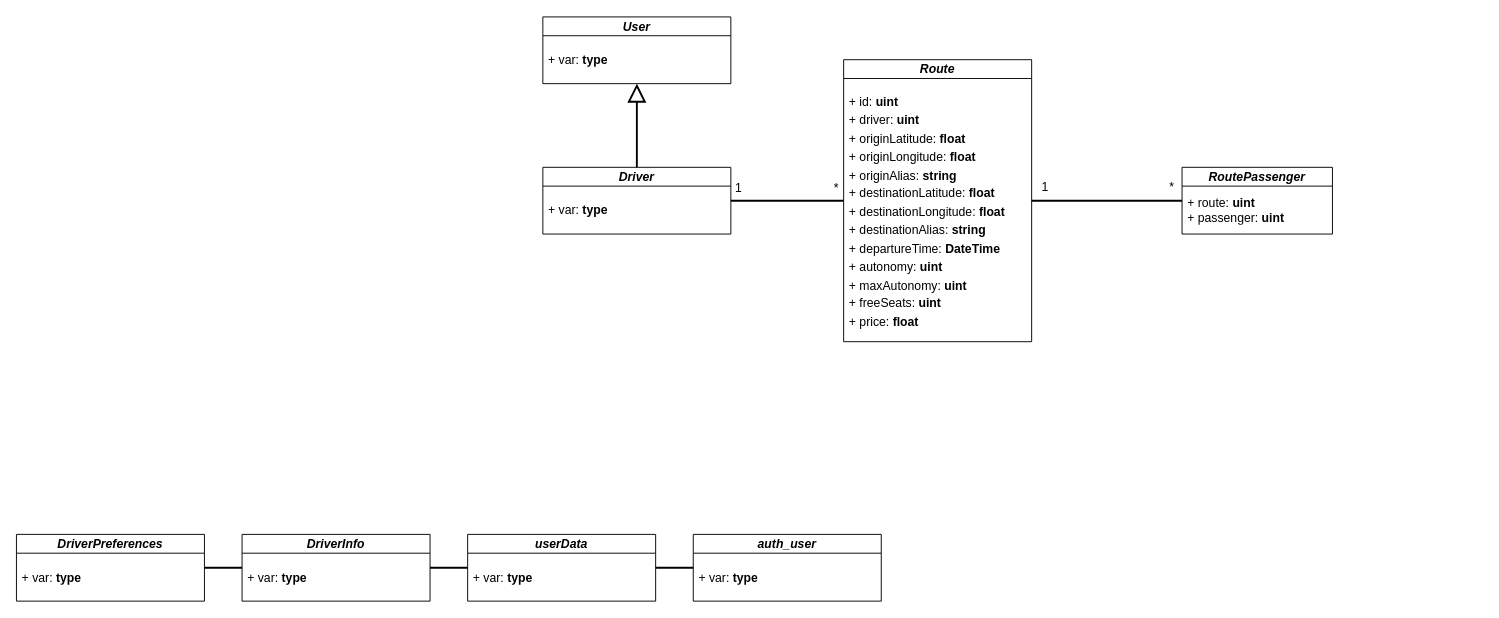
pes2324q2-gei-upc/PowerPathFinder keeps this draw.io diagram as page "Implementation" (2 of 2) of ModelConceptual.drawio. Above is the earlier version. Source tidied: cells renumbered, new cells numbered last; positions are measured from the earlier drawing's top-left corner, leaving out a move shared by most shapes. Both pictures are drawn from the tidied source at 94%, with x=0, y=0 at pixel (16, 17).
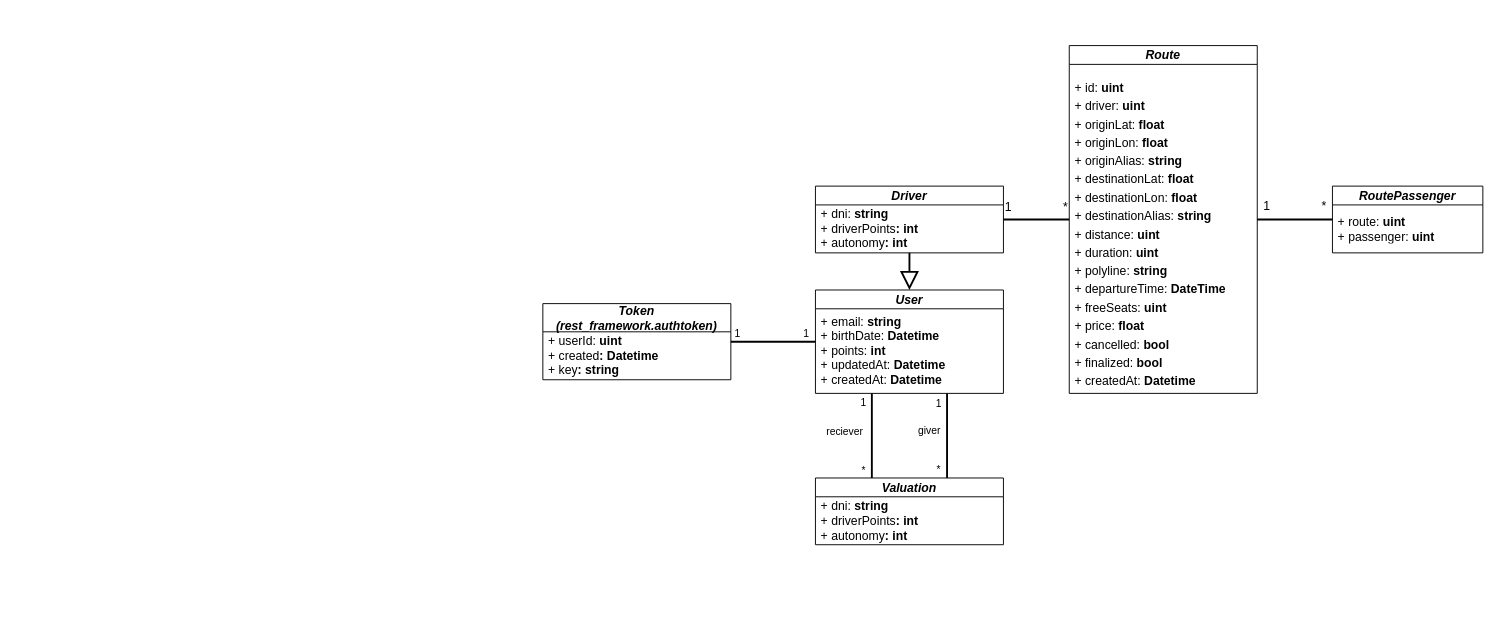
Above is the later version.

Unchanged cells that the change refers to:
```xml
<mxCell id="6" style="rounded=0;jettySize=auto;html=1;strokeWidth=2;endArrow=none;endFill=0;fontFamily=Ubuntu;fontSize=13;" parent="1" edge="1" source="2" target="4">
  <mxGeometry relative="1" as="geometry" />
</mxCell>
```

Change to the diagram source:
```diff
@@
     <mxCell id="2" value="&lt;i style=&quot;font-size: 13px;&quot;&gt;Route&lt;/i&gt;" style="swimlane;fontStyle=1;align=center;verticalAlign=middle;horizontal=1;startSize=20;whiteSpace=wrap;fontFamily=Ubuntu;fontSize=13;html=1;spacing=0;spacingTop=0;" parent="1" vertex="1">
-      <mxGeometry x="880" y="45" width="200" height="300" as="geometry" />
+      <mxGeometry x="1120" y="30" width="200" height="370" as="geometry" />
     </mxCell>
-    <mxCell id="3" value="&lt;p style=&quot;line-height: 150%; font-size: 13px;&quot;&gt;&lt;font style=&quot;font-size: 13px;&quot;&gt;+ id: &lt;b style=&quot;font-size: 13px;&quot;&gt;uint&lt;/b&gt;&lt;br style=&quot;font-size: 13px;&quot;&gt;+ driver: &lt;b style=&quot;font-size: 13px;&quot;&gt;uint&lt;/b&gt;&lt;br style=&quot;font-size: 13px;&quot;&gt;+ originLatitude: &lt;b style=&quot;font-size: 13px;&quot;&gt;float&lt;/b&gt;&lt;br style=&quot;font-size: 13px;&quot;&gt;+ originLongitude: &lt;b style=&quot;font-size: 13px;&quot;&gt;float&lt;/b&gt;&lt;br style=&quot;font-size: 13px;&quot;&gt;+ originAlias: &lt;b style=&quot;font-size: 13px;&quot;&gt;string&lt;/b&gt;&lt;br style=&quot;font-size: 13px;&quot;&gt;+ destinationLatitude: &lt;b style=&quot;font-size: 13px;&quot;&gt;float&lt;/b&gt;&lt;br style=&quot;font-size: 13px;&quot;&gt;+ destinationLongitude: &lt;b style=&quot;font-size: 13px;&quot;&gt;float&lt;/b&gt;&lt;br style=&quot;font-size: 13px;&quot;&gt;+ destinationAlias: &lt;b style=&quot;font-size: 13px;&quot;&gt;string&lt;/b&gt;&lt;br style=&quot;font-size: 13px;&quot;&gt;+ departureTime: &lt;b style=&quot;font-size: 13px;&quot;&gt;DateTime&lt;/b&gt;&lt;br style=&quot;font-size: 13px;&quot;&gt;+ autonomy: &lt;b style=&quot;font-size: 13px;&quot;&gt;uint&lt;/b&gt;&lt;br style=&quot;font-size: 13px;&quot;&gt;+ maxAutonomy: &lt;b style=&quot;font-size: 13px;&quot;&gt;uint&lt;/b&gt;&lt;br style=&quot;font-size: 13px;&quot;&gt;+ freeSeats: &lt;b style=&quot;font-size: 13px;&quot;&gt;uint&lt;/b&gt;&lt;br style=&quot;font-size: 13px;&quot;&gt;+ price: &lt;b style=&quot;font-size: 13px;&quot;&gt;float&lt;/b&gt;&lt;/font&gt;&lt;/p&gt;" style="text;html=1;strokeColor=none;fillColor=none;align=left;verticalAlign=middle;spacingLeft=4;spacingRight=4;overflow=hidden;whiteSpace=wrap;fontFamily=Ubuntu;fontSize=13;fontStyle=0;spacing=2;labelPosition=center;verticalLabelPosition=middle;" parent="2" vertex="1">
-      <mxGeometry y="20" width="200" height="280" as="geometry" />
+    <mxCell id="3" value="&lt;p style=&quot;line-height: 150%; font-size: 13px;&quot;&gt;&lt;font style=&quot;font-size: 13px;&quot;&gt;+ id: &lt;b style=&quot;font-size: 13px;&quot;&gt;uint&lt;/b&gt;&lt;br style=&quot;font-size: 13px;&quot;&gt;+ driver: &lt;b style=&quot;font-size: 13px;&quot;&gt;uint&lt;/b&gt;&lt;br style=&quot;font-size: 13px;&quot;&gt;+ originLat: &lt;b style=&quot;font-size: 13px;&quot;&gt;float&lt;/b&gt;&lt;br style=&quot;font-size: 13px;&quot;&gt;+ originLon: &lt;b style=&quot;font-size: 13px;&quot;&gt;float&lt;/b&gt;&lt;br style=&quot;font-size: 13px;&quot;&gt;+ originAlias: &lt;b style=&quot;font-size: 13px;&quot;&gt;string&lt;/b&gt;&lt;br style=&quot;font-size: 13px;&quot;&gt;+ destinationLat: &lt;b style=&quot;font-size: 13px;&quot;&gt;float&lt;/b&gt;&lt;br style=&quot;font-size: 13px;&quot;&gt;+ destinationLon: &lt;b style=&quot;font-size: 13px;&quot;&gt;float&lt;/b&gt;&lt;br style=&quot;font-size: 13px;&quot;&gt;+ destinationAlias: &lt;b style=&quot;font-size: 13px;&quot;&gt;string&lt;/b&gt;&lt;br style=&quot;font-size: 13px;&quot;&gt;+ distance: &lt;b&gt;uint&lt;/b&gt;&lt;br&gt;+ duration: &lt;b&gt;uint&lt;/b&gt;&lt;br&gt;+ polyline: &lt;b&gt;string&lt;/b&gt;&lt;br&gt;+ departureTime: &lt;span style=&quot;font-size: 13px;&quot;&gt;&lt;b&gt;DateTime&lt;br&gt;&lt;/b&gt;&lt;/span&gt;&lt;/font&gt;&lt;span style=&quot;background-color: initial;&quot;&gt;+ freeSeats: &lt;/span&gt;&lt;span style=&quot;background-color: initial;&quot;&gt;&lt;b&gt;uint&lt;br&gt;&lt;/b&gt;&lt;/span&gt;&lt;span style=&quot;background-color: initial;&quot;&gt;+ price: &lt;/span&gt;&lt;span style=&quot;background-color: initial;&quot;&gt;&lt;b&gt;float&lt;/b&gt;&lt;br&gt;+ cancelled: &lt;b&gt;bool&lt;/b&gt;&lt;br&gt;+ finalized: &lt;b&gt;bool&lt;/b&gt;&lt;br&gt;+ createdAt: &lt;b&gt;Datetime&lt;/b&gt;&lt;/span&gt;&lt;/p&gt;" style="text;html=1;strokeColor=none;fillColor=none;align=left;verticalAlign=middle;spacingLeft=4;spacingRight=4;overflow=hidden;whiteSpace=wrap;fontFamily=Ubuntu;fontSize=13;fontStyle=0;spacing=2;labelPosition=center;verticalLabelPosition=middle;" parent="2" vertex="1">
+      <mxGeometry y="20" width="200" height="350" as="geometry" />
     </mxCell>
     <mxCell id="4" value="&lt;i style=&quot;font-size: 13px;&quot;&gt;&lt;font style=&quot;font-size: 13px;&quot;&gt;Route&lt;/font&gt;Passenger&lt;/i&gt;" style="swimlane;fontStyle=1;align=center;verticalAlign=middle;horizontal=1;startSize=20;html=1;whiteSpace=wrap;fontFamily=Ubuntu;fontSize=13;" parent="1" vertex="1">
-      <mxGeometry x="1240" y="159.5" width="160" height="71" as="geometry" />
+      <mxGeometry x="1400" y="179.5" width="160" height="71" as="geometry" />
     </mxCell>
@@
     <mxCell id="7" value="*" style="edgeLabel;html=1;align=center;verticalAlign=middle;fontSize=13;fontFamily=Ubuntu;" parent="6" vertex="1">
       <mxGeometry x="0.75" relative="1" as="geometry">
-        <mxPoint x="8" y="-16" as="offset" />
+        <mxPoint y="-16" as="offset" />
       </mxGeometry>
     </mxCell>
@@
     <mxCell id="9" value="&lt;i style=&quot;font-size: 13px;&quot;&gt;Driver&lt;/i&gt;" style="swimlane;fontStyle=1;align=center;verticalAlign=middle;horizontal=1;startSize=20;whiteSpace=wrap;fontFamily=Ubuntu;fontSize=13;html=1;spacing=0;spacingTop=0;" parent="1" vertex="1">
-      <mxGeometry x="560" y="159.5" width="200" height="71" as="geometry" />
+      <mxGeometry x="850" y="179.5" width="200" height="71" as="geometry" />
     </mxCell>
+    <mxCell id="12" value="&lt;font style=&quot;font-size: 13px;&quot;&gt;+ dni: &lt;b&gt;string&lt;/b&gt;&lt;br&gt;&lt;span style=&quot;font-size: 13px;&quot;&gt;+ &lt;/span&gt;&lt;span style=&quot;font-size: 13px;&quot;&gt;driverPoints&lt;/span&gt;&lt;span style=&quot;font-size: 13px;&quot;&gt;&lt;b&gt;: int&lt;/b&gt;&lt;br&gt;+ &lt;/span&gt;&lt;span style=&quot;font-size: 13px;&quot;&gt;autonomy&lt;/span&gt;&lt;b style=&quot;font-size: 13px;&quot;&gt;: int&lt;br style=&quot;font-size: 13px;&quot;&gt;&lt;/b&gt;&lt;/font&gt;" style="text;html=1;strokeColor=none;fillColor=none;align=left;verticalAlign=middle;spacingLeft=4;spacingRight=4;overflow=hidden;whiteSpace=wrap;fontFamily=Ubuntu;fontSize=13;fontStyle=0;" parent="9" vertex="1">
+      <mxGeometry y="20" width="200" height="51" as="geometry" />
+    </mxCell>
+    <mxCell id="11" value="&lt;i style=&quot;font-size: 13px;&quot;&gt;User&lt;/i&gt;" style="swimlane;fontStyle=1;align=center;verticalAlign=middle;horizontal=1;startSize=20;whiteSpace=wrap;fontFamily=Ubuntu;fontSize=13;html=1;spacing=0;spacingTop=0;" parent="1" vertex="1">
+      <mxGeometry x="850" y="290" width="200" height="110" as="geometry" />
+    </mxCell>
-    <mxCell id="10" value="&lt;font style=&quot;font-size: 13px;&quot;&gt;+ var: &lt;b style=&quot;font-size: 13px;&quot;&gt;type&lt;br style=&quot;font-size: 13px;&quot;&gt;&lt;/b&gt;&lt;/font&gt;" style="text;html=1;strokeColor=none;fillColor=none;align=left;verticalAlign=middle;spacingLeft=4;spacingRight=4;overflow=hidden;whiteSpace=wrap;fontFamily=Ubuntu;fontSize=13;fontStyle=0;" parent="9" vertex="1">
-      <mxGeometry y="20" width="200" height="51" as="geometry" />
+    <mxCell id="10" value="&lt;font style=&quot;font-size: 13px;&quot;&gt;+ email: &lt;b&gt;string&lt;br&gt;&lt;/b&gt;&lt;span style=&quot;font-size: 13px;&quot;&gt;+ birthDate: &lt;b&gt;Datetime&lt;/b&gt;&lt;br&gt;+ points: &lt;b&gt;int&lt;br&gt;&lt;/b&gt;+ updatedAt: &lt;b&gt;Datetime&lt;br&gt;&lt;/b&gt;+ createdAt: &lt;b&gt;Datetime&lt;/b&gt;&lt;br style=&quot;font-size: 13px;&quot;&gt;&lt;/span&gt;&lt;/font&gt;" style="text;html=1;strokeColor=none;fillColor=none;align=left;verticalAlign=middle;spacingLeft=4;spacingRight=4;overflow=hidden;whiteSpace=wrap;fontFamily=Ubuntu;fontSize=13;fontStyle=0;" parent="11" vertex="1">
+      <mxGeometry y="20" width="200" height="90" as="geometry" />
     </mxCell>
-    <mxCell id="11" value="&lt;i style=&quot;font-size: 13px;&quot;&gt;User&lt;/i&gt;" style="swimlane;fontStyle=1;align=center;verticalAlign=middle;horizontal=1;startSize=20;whiteSpace=wrap;fontFamily=Ubuntu;fontSize=13;html=1;spacing=0;spacingTop=0;" parent="1" vertex="1">
-      <mxGeometry x="560" y="-0.5" width="200" height="71" as="geometry" />
-    </mxCell>
-    <mxCell id="12" value="&lt;font style=&quot;font-size: 13px;&quot;&gt;+ var: &lt;b style=&quot;font-size: 13px;&quot;&gt;type&lt;br style=&quot;font-size: 13px;&quot;&gt;&lt;/b&gt;&lt;/font&gt;" style="text;html=1;strokeColor=none;fillColor=none;align=left;verticalAlign=middle;spacingLeft=4;spacingRight=4;overflow=hidden;whiteSpace=wrap;fontFamily=Ubuntu;fontSize=13;fontStyle=0;" parent="11" vertex="1">
-      <mxGeometry y="20" width="200" height="51" as="geometry" />
-    </mxCell>
@@
-    <mxCell id="17" value="&lt;i&gt;userData&lt;/i&gt;" style="swimlane;fontStyle=1;align=center;verticalAlign=middle;horizontal=1;startSize=20;whiteSpace=wrap;fontFamily=Ubuntu;fontSize=13;html=1;spacing=0;spacingTop=0;" parent="1" vertex="1">
-      <mxGeometry x="480" y="550" width="200" height="71" as="geometry" />
-    </mxCell>
-    <mxCell id="18" value="&lt;font style=&quot;font-size: 13px;&quot;&gt;+ var: &lt;b style=&quot;font-size: 13px;&quot;&gt;type&lt;br style=&quot;font-size: 13px;&quot;&gt;&lt;/b&gt;&lt;/font&gt;" style="text;html=1;strokeColor=none;fillColor=none;align=left;verticalAlign=middle;spacingLeft=4;spacingRight=4;overflow=hidden;whiteSpace=wrap;fontFamily=Ubuntu;fontSize=13;fontStyle=0;" parent="17" vertex="1">
-      <mxGeometry y="20" width="200" height="51" as="geometry" />
-    </mxCell>
-    <mxCell id="19" value="&lt;i&gt;auth_user&lt;/i&gt;" style="swimlane;fontStyle=1;align=center;verticalAlign=middle;horizontal=1;startSize=20;whiteSpace=wrap;fontFamily=Ubuntu;fontSize=13;html=1;spacing=0;spacingTop=0;" parent="1" vertex="1">
-      <mxGeometry x="720" y="550" width="200" height="71" as="geometry" />
-    </mxCell>
-    <mxCell id="20" value="&lt;font style=&quot;font-size: 13px;&quot;&gt;+ var: &lt;b style=&quot;font-size: 13px;&quot;&gt;type&lt;br style=&quot;font-size: 13px;&quot;&gt;&lt;/b&gt;&lt;/font&gt;" style="text;html=1;strokeColor=none;fillColor=none;align=left;verticalAlign=middle;spacingLeft=4;spacingRight=4;overflow=hidden;whiteSpace=wrap;fontFamily=Ubuntu;fontSize=13;fontStyle=0;" parent="19" vertex="1">
-      <mxGeometry y="20" width="200" height="51" as="geometry" />
-    </mxCell>
-    <mxCell id="21" style="rounded=0;jettySize=auto;html=1;strokeWidth=2;startArrow=none;startFill=0;endArrow=none;endFill=0;fontSize=13;fontFamily=Ubuntu;endSize=10;startSize=15;" parent="1" edge="1" source="19" target="17">
-      <mxGeometry relative="1" as="geometry" />
-    </mxCell>
-    <mxCell id="22" style="edgeStyle=orthogonalEdgeStyle;rounded=0;jettySize=auto;html=1;endArrow=none;endFill=0;strokeWidth=2;" parent="1" edge="1" source="24" target="17">
-      <mxGeometry relative="1" as="geometry" />
-    </mxCell>
-    <mxCell id="23" style="edgeStyle=orthogonalEdgeStyle;rounded=0;jettySize=auto;html=1;endArrow=none;endFill=0;strokeWidth=2;" parent="1" edge="1" source="24" target="26">
-      <mxGeometry relative="1" as="geometry" />
-    </mxCell>
-    <mxCell id="24" value="&lt;i&gt;&lt;span style=&quot;font-size: 13px;&quot;&gt;Driver&lt;/span&gt;Info&lt;/i&gt;" style="swimlane;fontStyle=1;align=center;verticalAlign=middle;horizontal=1;startSize=20;whiteSpace=wrap;fontFamily=Ubuntu;fontSize=13;html=1;spacing=0;spacingTop=0;" parent="1" vertex="1">
-      <mxGeometry x="240" y="550" width="200" height="71" as="geometry" />
-    </mxCell>
-    <mxCell id="25" value="&lt;font style=&quot;font-size: 13px;&quot;&gt;+ var: &lt;b style=&quot;font-size: 13px;&quot;&gt;type&lt;br style=&quot;font-size: 13px;&quot;&gt;&lt;/b&gt;&lt;/font&gt;" style="text;html=1;strokeColor=none;fillColor=none;align=left;verticalAlign=middle;spacingLeft=4;spacingRight=4;overflow=hidden;whiteSpace=wrap;fontFamily=Ubuntu;fontSize=13;fontStyle=0;" parent="24" vertex="1">
-      <mxGeometry y="20" width="200" height="51" as="geometry" />
-    </mxCell>
-    <mxCell id="26" value="&lt;i&gt;DriverPreferences&lt;/i&gt;" style="swimlane;fontStyle=1;align=center;verticalAlign=middle;horizontal=1;startSize=20;whiteSpace=wrap;fontFamily=Ubuntu;fontSize=13;html=1;spacing=0;spacingTop=0;" parent="1" vertex="1">
-      <mxGeometry y="550" width="200" height="71" as="geometry" />
-    </mxCell>
-    <mxCell id="27" value="&lt;font style=&quot;font-size: 13px;&quot;&gt;+ var: &lt;b style=&quot;font-size: 13px;&quot;&gt;type&lt;br style=&quot;font-size: 13px;&quot;&gt;&lt;/b&gt;&lt;/font&gt;" style="text;html=1;strokeColor=none;fillColor=none;align=left;verticalAlign=middle;spacingLeft=4;spacingRight=4;overflow=hidden;whiteSpace=wrap;fontFamily=Ubuntu;fontSize=13;fontStyle=0;" parent="26" vertex="1">
-      <mxGeometry y="20" width="200" height="51" as="geometry" />
-    </mxCell>
+    <mxCell id="28" style="edgeStyle=orthogonalEdgeStyle;html=1;endArrow=none;endFill=0;strokeWidth=2;" parent="1" edge="1" source="32" target="11">
+      <mxGeometry relative="1" as="geometry">
+        <Array as="points">
+          <mxPoint x="990" y="440" />
+          <mxPoint x="990" y="440" />
+        </Array>
+      </mxGeometry>
+    </mxCell>
+    <mxCell id="29" value="giver" style="edgeLabel;html=1;align=center;verticalAlign=middle;" parent="28" vertex="1">
+      <mxGeometry x="0.13" relative="1" as="geometry">
+        <mxPoint x="-20" as="offset" />
+      </mxGeometry>
+    </mxCell>
+    <mxCell id="30" value="*" style="edgeLabel;html=1;align=center;verticalAlign=middle;" parent="28" vertex="1">
+      <mxGeometry x="-0.77" relative="1" as="geometry">
+        <mxPoint x="-10" as="offset" />
+      </mxGeometry>
+    </mxCell>
+    <mxCell id="31" value="1" style="edgeLabel;html=1;align=center;verticalAlign=middle;" parent="28" vertex="1">
+      <mxGeometry x="0.86" relative="1" as="geometry">
+        <mxPoint x="-10" y="4" as="offset" />
+      </mxGeometry>
+    </mxCell>
+    <mxCell id="32" value="&lt;i&gt;Valuation&lt;/i&gt;" style="swimlane;fontStyle=1;align=center;verticalAlign=middle;horizontal=1;startSize=20;whiteSpace=wrap;fontFamily=Ubuntu;fontSize=13;html=1;spacing=0;spacingTop=0;" parent="1" vertex="1">
+      <mxGeometry x="850" y="490" width="200" height="71" as="geometry" />
+    </mxCell>
+    <mxCell id="33" value="&lt;font style=&quot;font-size: 13px;&quot;&gt;+ dni: &lt;b&gt;string&lt;/b&gt;&lt;br&gt;&lt;span style=&quot;font-size: 13px;&quot;&gt;+ &lt;/span&gt;&lt;span style=&quot;font-size: 13px;&quot;&gt;driverPoints&lt;/span&gt;&lt;span style=&quot;font-size: 13px;&quot;&gt;&lt;b&gt;: int&lt;/b&gt;&lt;br&gt;+ &lt;/span&gt;&lt;span style=&quot;font-size: 13px;&quot;&gt;autonomy&lt;/span&gt;&lt;b style=&quot;font-size: 13px;&quot;&gt;: int&lt;br style=&quot;font-size: 13px;&quot;&gt;&lt;/b&gt;&lt;/font&gt;" style="text;html=1;strokeColor=none;fillColor=none;align=left;verticalAlign=middle;spacingLeft=4;spacingRight=4;overflow=hidden;whiteSpace=wrap;fontFamily=Ubuntu;fontSize=13;fontStyle=0;" parent="32" vertex="1">
+      <mxGeometry y="20" width="200" height="51" as="geometry" />
+    </mxCell>
+    <mxCell id="34" style="edgeStyle=orthogonalEdgeStyle;html=1;endArrow=none;endFill=0;strokeWidth=2;" parent="1" edge="1" source="32" target="11">
+      <mxGeometry relative="1" as="geometry">
+        <Array as="points">
+          <mxPoint x="910" y="450" />
+          <mxPoint x="910" y="450" />
+        </Array>
+      </mxGeometry>
+    </mxCell>
+    <mxCell id="35" value="reciever" style="edgeLabel;html=1;align=center;verticalAlign=middle;" parent="34" vertex="1">
+      <mxGeometry x="0.12" y="-1" relative="1" as="geometry">
+        <mxPoint x="-31" as="offset" />
+      </mxGeometry>
+    </mxCell>
+    <mxCell id="36" value="1" style="edgeLabel;html=1;align=center;verticalAlign=middle;" parent="34" vertex="1">
+      <mxGeometry x="0.79" y="-1" relative="1" as="geometry">
+        <mxPoint x="-11" as="offset" />
+      </mxGeometry>
+    </mxCell>
+    <mxCell id="37" value="*" style="edgeLabel;html=1;align=center;verticalAlign=middle;" parent="34" vertex="1">
+      <mxGeometry x="-0.8" y="-1" relative="1" as="geometry">
+        <mxPoint x="-11" as="offset" />
+      </mxGeometry>
+    </mxCell>
+    <mxCell id="38" value="&lt;i&gt;Token&lt;br&gt;(rest_framework.authtoken)&lt;br&gt;&lt;/i&gt;" style="swimlane;fontStyle=1;align=center;verticalAlign=middle;horizontal=1;startSize=30;whiteSpace=wrap;fontFamily=Ubuntu;fontSize=13;html=1;spacing=0;spacingTop=0;" parent="1" vertex="1">
+      <mxGeometry x="560" y="304.5" width="200" height="81" as="geometry" />
+    </mxCell>
+    <mxCell id="39" value="&lt;font style=&quot;font-size: 13px;&quot;&gt;+ userId: &lt;b&gt;uint&lt;/b&gt;&lt;br&gt;&lt;span style=&quot;font-size: 13px;&quot;&gt;+ &lt;/span&gt;&lt;span style=&quot;font-size: 13px;&quot;&gt;created&lt;/span&gt;&lt;span style=&quot;font-size: 13px;&quot;&gt;&lt;b&gt;: Datetime&lt;/b&gt;&lt;br&gt;+ &lt;/span&gt;&lt;span style=&quot;font-size: 13px;&quot;&gt;key&lt;/span&gt;&lt;b style=&quot;font-size: 13px;&quot;&gt;: string&lt;br style=&quot;font-size: 13px;&quot;&gt;&lt;/b&gt;&lt;/font&gt;" style="text;html=1;strokeColor=none;fillColor=none;align=left;verticalAlign=middle;spacingLeft=4;spacingRight=4;overflow=hidden;whiteSpace=wrap;fontFamily=Ubuntu;fontSize=13;fontStyle=0;" parent="38" vertex="1">
+      <mxGeometry y="30" width="200" height="51" as="geometry" />
+    </mxCell>
+    <mxCell id="40" style="edgeStyle=orthogonalEdgeStyle;html=1;strokeWidth=2;startArrow=none;startFill=0;endArrow=none;endFill=0;" parent="1" edge="1" source="38" target="11">
+      <mxGeometry relative="1" as="geometry" />
+    </mxCell>
+    <mxCell id="41" value="1" style="edgeLabel;html=1;align=center;verticalAlign=middle;" parent="40" vertex="1">
+      <mxGeometry x="0.76" relative="1" as="geometry">
+        <mxPoint y="-10" as="offset" />
+      </mxGeometry>
+    </mxCell>
+    <mxCell id="42" value="1" style="edgeLabel;html=1;align=center;verticalAlign=middle;" parent="40" vertex="1">
+      <mxGeometry x="-0.88" y="2" relative="1" as="geometry">
+        <mxPoint x="1" y="-8" as="offset" />
+      </mxGeometry>
+    </mxCell>
```
